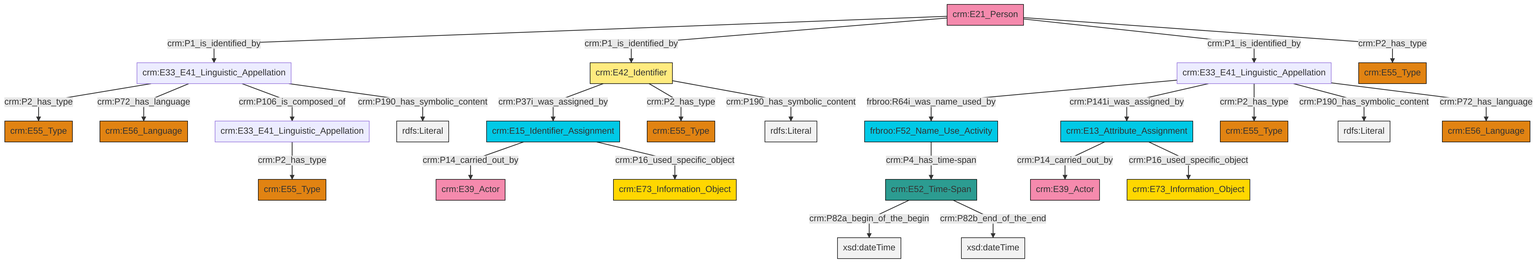
Above: et/personCSV/ttl/mmd/png/Person_Names_and_Classification.png in swiss-art-research-net/reference-data-models (Mermaid), before the change. Its source is kept beside it as et/personCSV/ttl/mmd/Person_Names_and_Classification.ttl.mmd.
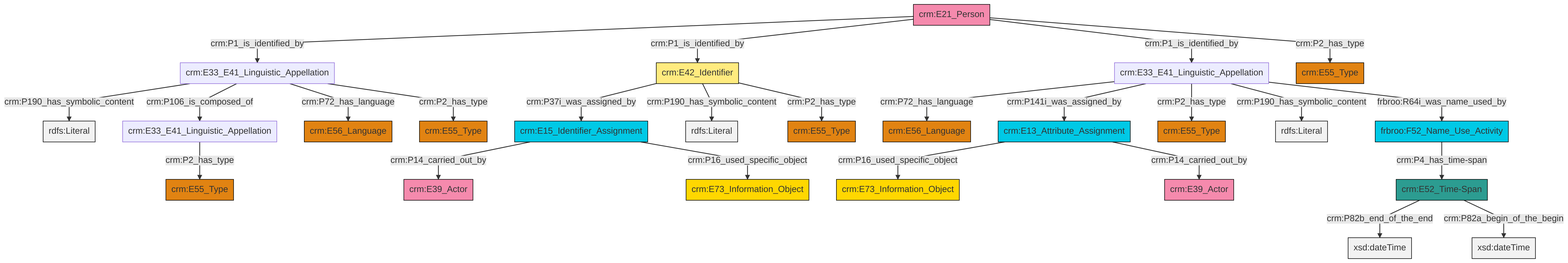
The same file after the commit.

What changed in the source:
```diff
@@ -13,27 +13,27 @@
 classDef PC_Classes fill:#4ce600, stroke:#000000;
 classDef Multi fill:#cccccc,stroke:#000000;
 
-0["crm:E33_E41_Linguistic_Appellation"]:::Default -->|frbroo:R64i_was_name_used_by| 1["frbroo:F52_Name_Use_Activity"]:::Temporal_Entity
-2["crm:E13_Attribute_Assignment"]:::Temporal_Entity -->|crm:P14_carried_out_by| 3["crm:E39_Actor"]:::Actor
-4["crm:E33_E41_Linguistic_Appellation"]:::Default -->|crm:P2_has_type| 5["crm:E55_Type"]:::Type
-6["crm:E21_Person"]:::Actor -->|crm:P1_is_identified_by| 7["crm:E33_E41_Linguistic_Appellation"]:::Default
-9["crm:E42_Identifier"]:::Appellation -->|crm:P37i_was_assigned_by| 10["crm:E15_Identifier_Assignment"]:::Temporal_Entity
-9["crm:E42_Identifier"]:::Appellation -->|crm:P2_has_type| 11["crm:E55_Type"]:::Type
-0["crm:E33_E41_Linguistic_Appellation"]:::Default -->|crm:P141i_was_assigned_by| 2["crm:E13_Attribute_Assignment"]:::Temporal_Entity
-6["crm:E21_Person"]:::Actor -->|crm:P1_is_identified_by| 9["crm:E42_Identifier"]:::Appellation
-9["crm:E42_Identifier"]:::Appellation -->|crm:P190_has_symbolic_content| 20[rdfs:Literal]:::Literal
-7["crm:E33_E41_Linguistic_Appellation"]:::Default -->|crm:P2_has_type| 14["crm:E55_Type"]:::Type
-26["crm:E52_Time-Span"]:::Time-Span -->|crm:P82a_begin_of_the_begin| 30[xsd:dateTime]:::Literal
-7["crm:E33_E41_Linguistic_Appellation"]:::Default -->|crm:P72_has_language| 23["crm:E56_Language"]:::Type
-0["crm:E33_E41_Linguistic_Appellation"]:::Default -->|crm:P2_has_type| 31["crm:E55_Type"]:::Type
-0["crm:E33_E41_Linguistic_Appellation"]:::Default -->|crm:P190_has_symbolic_content| 35[rdfs:Literal]:::Literal
-7["crm:E33_E41_Linguistic_Appellation"]:::Default -->|crm:P106_is_composed_of| 4["crm:E33_E41_Linguistic_Appellation"]:::Default
-26["crm:E52_Time-Span"]:::Time-Span -->|crm:P82b_end_of_the_end| 37[xsd:dateTime]:::Literal
-10["crm:E15_Identifier_Assignment"]:::Temporal_Entity -->|crm:P14_carried_out_by| 17["crm:E39_Actor"]:::Actor
-6["crm:E21_Person"]:::Actor -->|crm:P1_is_identified_by| 0["crm:E33_E41_Linguistic_Appellation"]:::Default
-7["crm:E33_E41_Linguistic_Appellation"]:::Default -->|crm:P190_has_symbolic_content| 41[rdfs:Literal]:::Literal
-6["crm:E21_Person"]:::Actor -->|crm:P2_has_type| 39["crm:E55_Type"]:::Type
-0["crm:E33_E41_Linguistic_Appellation"]:::Default -->|crm:P72_has_language| 12["crm:E56_Language"]:::Type
-10["crm:E15_Identifier_Assignment"]:::Temporal_Entity -->|crm:P16_used_specific_object| 21["crm:E73_Information_Object"]:::Conceptual_Object
-2["crm:E13_Attribute_Assignment"]:::Temporal_Entity -->|crm:P16_used_specific_object| 42["crm:E73_Information_Object"]:::Conceptual_Object
-1["frbroo:F52_Name_Use_Activity"]:::Temporal_Entity -->|crm:P4_has_time-span| 26["crm:E52_Time-Span"]:::Time-Span
+0["crm:E13_Attribute_Assignment"]:::Temporal_Entity -->|crm:P16_used_specific_object| 1["crm:E73_Information_Object"]:::Conceptual_Object
+2["crm:E42_Identifier"]:::Appellation -->|crm:P37i_was_assigned_by| 3["crm:E15_Identifier_Assignment"]:::Temporal_Entity
+6["crm:E33_E41_Linguistic_Appellation"]:::Default -->|crm:P72_has_language| 7["crm:E56_Language"]:::Type
+17["frbroo:F52_Name_Use_Activity"]:::Temporal_Entity -->|crm:P4_has_time-span| 15["crm:E52_Time-Span"]:::Time-Span
+15["crm:E52_Time-Span"]:::Time-Span -->|crm:P82b_end_of_the_end| 18[xsd:dateTime]:::Literal
+13["crm:E33_E41_Linguistic_Appellation"]:::Default -->|crm:P190_has_symbolic_content| 19[rdfs:Literal]:::Literal
+13["crm:E33_E41_Linguistic_Appellation"]:::Default -->|crm:P106_is_composed_of| 26["crm:E33_E41_Linguistic_Appellation"]:::Default
+2["crm:E42_Identifier"]:::Appellation -->|crm:P190_has_symbolic_content| 29[rdfs:Literal]:::Literal
+6["crm:E33_E41_Linguistic_Appellation"]:::Default -->|crm:P141i_was_assigned_by| 0["crm:E13_Attribute_Assignment"]:::Temporal_Entity
+6["crm:E33_E41_Linguistic_Appellation"]:::Default -->|crm:P2_has_type| 8["crm:E55_Type"]:::Type
+10["crm:E21_Person"]:::Actor -->|crm:P1_is_identified_by| 13["crm:E33_E41_Linguistic_Appellation"]:::Default
+3["crm:E15_Identifier_Assignment"]:::Temporal_Entity -->|crm:P14_carried_out_by| 35["crm:E39_Actor"]:::Actor
+6["crm:E33_E41_Linguistic_Appellation"]:::Default -->|crm:P190_has_symbolic_content| 38[rdfs:Literal]:::Literal
+13["crm:E33_E41_Linguistic_Appellation"]:::Default -->|crm:P72_has_language| 24["crm:E56_Language"]:::Type
+0["crm:E13_Attribute_Assignment"]:::Temporal_Entity -->|crm:P14_carried_out_by| 27["crm:E39_Actor"]:::Actor
+10["crm:E21_Person"]:::Actor -->|crm:P1_is_identified_by| 2["crm:E42_Identifier"]:::Appellation
+2["crm:E42_Identifier"]:::Appellation -->|crm:P2_has_type| 42["crm:E55_Type"]:::Type
+3["crm:E15_Identifier_Assignment"]:::Temporal_Entity -->|crm:P16_used_specific_object| 4["crm:E73_Information_Object"]:::Conceptual_Object
+15["crm:E52_Time-Span"]:::Time-Span -->|crm:P82a_begin_of_the_begin| 44[xsd:dateTime]:::Literal
+6["crm:E33_E41_Linguistic_Appellation"]:::Default -->|frbroo:R64i_was_name_used_by| 17["frbroo:F52_Name_Use_Activity"]:::Temporal_Entity
+10["crm:E21_Person"]:::Actor -->|crm:P1_is_identified_by| 6["crm:E33_E41_Linguistic_Appellation"]:::Default
+13["crm:E33_E41_Linguistic_Appellation"]:::Default -->|crm:P2_has_type| 39["crm:E55_Type"]:::Type
+10["crm:E21_Person"]:::Actor -->|crm:P2_has_type| 20["crm:E55_Type"]:::Type
+26["crm:E33_E41_Linguistic_Appellation"]:::Default -->|crm:P2_has_type| 22["crm:E55_Type"]:::Type
```
